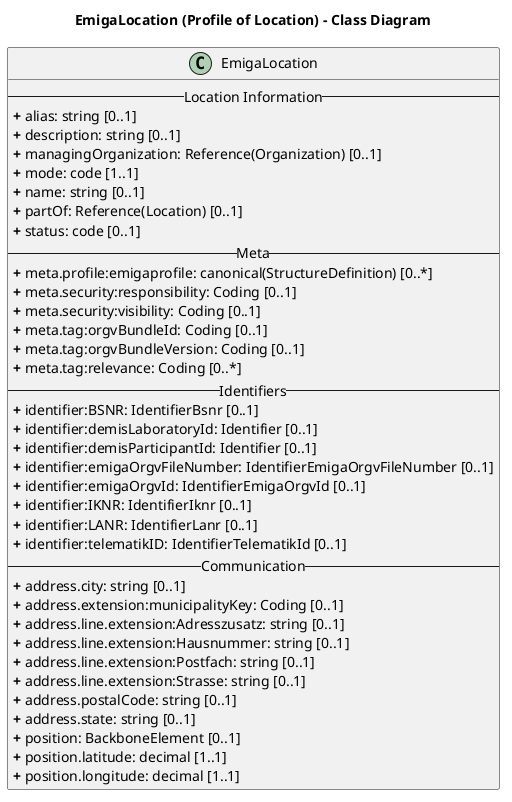
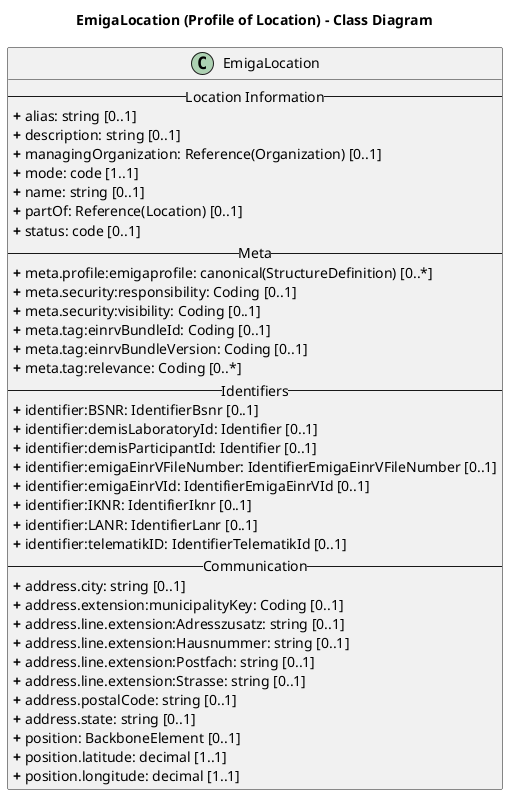
@startuml
skinparam linetype ortho

title EmigaLocation (Profile of Location) - Class Diagram

' Main Class
class EmigaLocation{
-- Location Information --
<b>+</b> alias: string [0..1]
<b>+</b> description: string [0..1]
<b>+</b> managingOrganization: Reference(Organization) [0..1]
<b>+</b> mode: code [1..1]
<b>+</b> name: string [0..1]
<b>+</b> partOf: Reference(Location) [0..1]
<b>+</b> status: code [0..1]
-- Meta --
<b>+</b> meta.profile:emigaprofile: canonical(StructureDefinition) [0..*]
<b>+</b> meta.security:responsibility: Coding [0..1]
<b>+</b> meta.security:visibility: Coding [0..1]
- <b>+</b> meta.tag:orgvBundleId: Coding [0..1]
- <b>+</b> meta.tag:orgvBundleVersion: Coding [0..1]
+ <b>+</b> meta.tag:einrvBundleId: Coding [0..1]
+ <b>+</b> meta.tag:einrvBundleVersion: Coding [0..1]
<b>+</b> meta.tag:relevance: Coding [0..*]
-- Identifiers --
<b>+</b> identifier:BSNR: IdentifierBsnr [0..1]
<b>+</b> identifier:demisLaboratoryId: Identifier [0..1]
<b>+</b> identifier:demisParticipantId: Identifier [0..1]
- <b>+</b> identifier:emigaOrgvFileNumber: IdentifierEmigaOrgvFileNumber [0..1]
- <b>+</b> identifier:emigaOrgvId: IdentifierEmigaOrgvId [0..1]
+ <b>+</b> identifier:emigaEinrVFileNumber: IdentifierEmigaEinrVFileNumber [0..1]
+ <b>+</b> identifier:emigaEinrVId: IdentifierEmigaEinrVId [0..1]
<b>+</b> identifier:IKNR: IdentifierIknr [0..1]
<b>+</b> identifier:LANR: IdentifierLanr [0..1]
<b>+</b> identifier:telematikID: IdentifierTelematikId [0..1]
-- Communication --
<b>+</b> address.city: string [0..1]
<b>+</b> address.extension:municipalityKey: Coding [0..1]
<b>+</b> address.line.extension:Adresszusatz: string [0..1]
<b>+</b> address.line.extension:Hausnummer: string [0..1]
<b>+</b> address.line.extension:Postfach: string [0..1]
<b>+</b> address.line.extension:Strasse: string [0..1]
<b>+</b> address.postalCode: string [0..1]
<b>+</b> address.state: string [0..1]
<b>+</b> position: BackboneElement [0..1]
<b>+</b> position.latitude: decimal [1..1]
<b>+</b> position.longitude: decimal [1..1]
}

@enduml